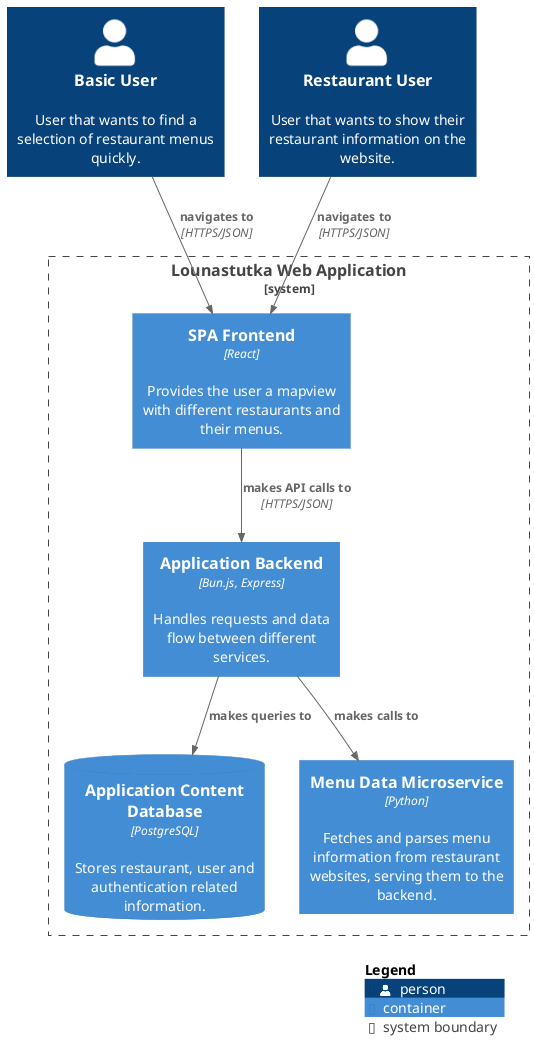
Jepunen/lounastutka keeps this PlantUML diagram as docs/architecture/imgs/MicroserviceContainers.png. Above is the earlier version.
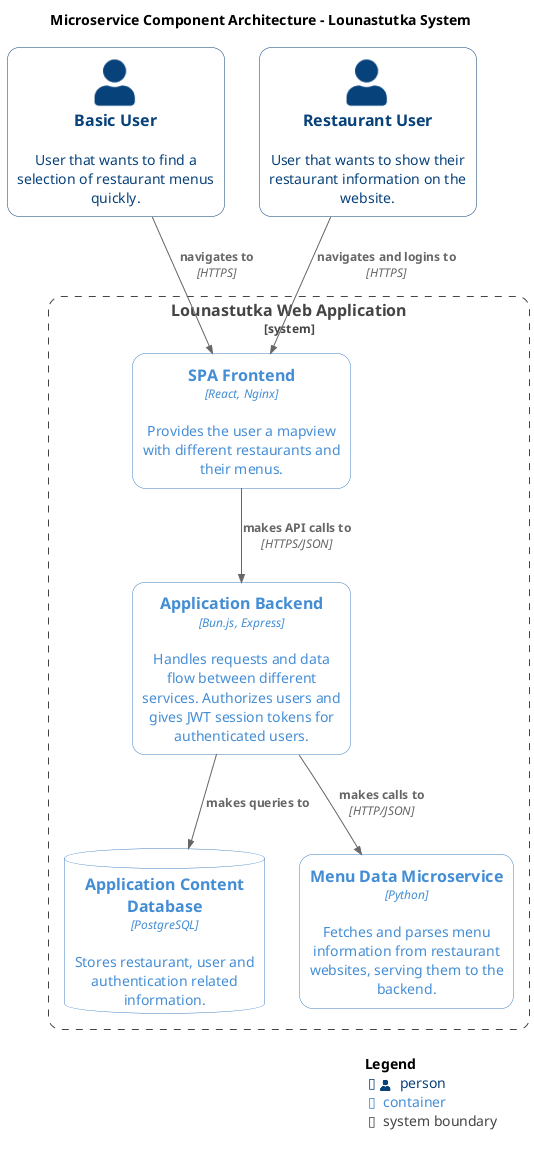
After the commit.

What changed in the source:
```diff
@@ -1,23 +1,27 @@
 @startuml MicroserviceContainers
 !ENABLE_ALL_PLANT_ELEMENTS = 1
+!NEW_C4_STYLE=1
 !include https://raw.githubusercontent.com/plantuml-stdlib/C4-PlantUML/master/C4_Container.puml
+
+title Microservice Component Architecture - Lounastutka System
+
 
 
 Person(baseUser, "Basic User", $descr="User that wants to find a selection of restaurant menus quickly.")
 Person(restUser, "Restaurant User", $descr="User that wants to show their restaurant information on the website.")
 
 System_Boundary(lt, "Lounastutka Web Application") {
-	Container(fe, "SPA Frontend", "React", "Provides the user a mapview with different restaurants and their menus.")
-	Container(be, "Application Backend", "Bun.js, Express", "Handles requests and data flow between different services.")
+	Container(fe, "SPA Frontend", "React, Nginx", "Provides the user a mapview with different restaurants and their menus.")
+	Container(be, "Application Backend", "Bun.js, Express", "Handles requests and data flow between different services. Authorizes users and gives JWT session tokens for authenticated users.")
 	ContainerDb(db, "Application Content Database", "PostgreSQL", "Stores restaurant, user and authentication related information.")
 	Container(ms, "Menu Data Microservice", "Python", "Fetches and parses menu information from restaurant websites, serving them to the backend.")
 }
 
-Rel(baseUser, fe, "navigates to", "HTTPS/JSON")
-Rel(restUser, fe, "navigates to", "HTTPS/JSON")
+Rel(baseUser, fe, "navigates to", "HTTPS")
+Rel(restUser, fe, "navigates and logins to", "HTTPS")
 Rel(fe, be, "makes API calls to", "HTTPS/JSON")
-Rel(be, db, "makes queries to")
-Rel(be, ms, "makes calls to")
+Rel(be, db, "makes queries to", "")
+Rel(be, ms, "makes calls to", "HTTP/JSON")
 
 SHOW_LEGEND()
 
```
